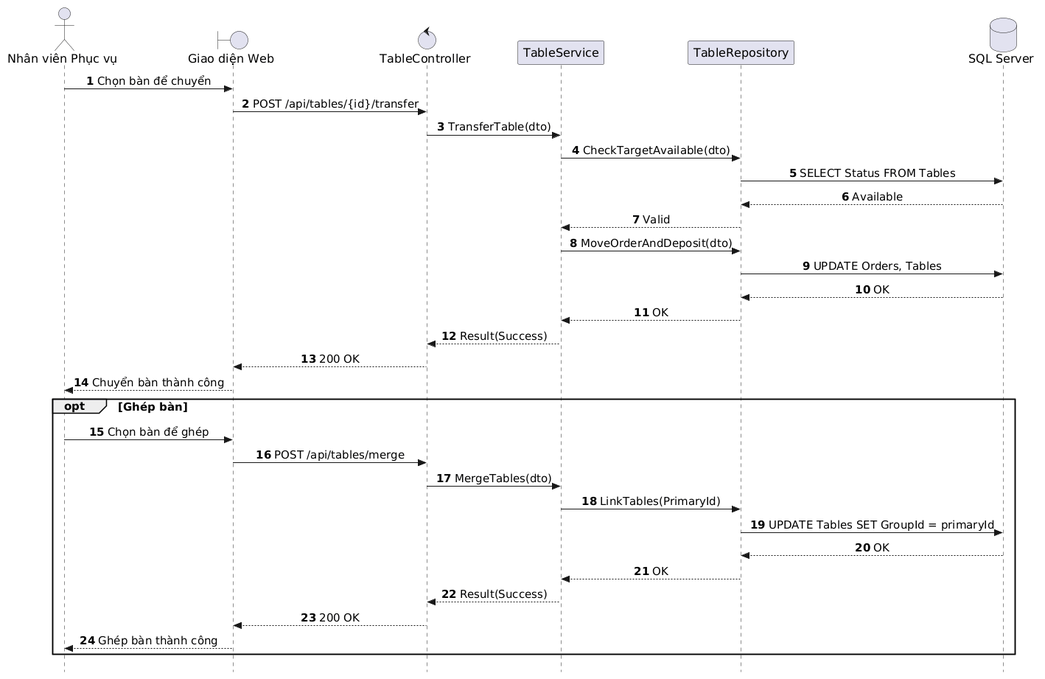
Earlier version of the PlantUML export out/docs/puml/sequences/SD_UC_E4_Transfer_Table/SD_UC_E4_Transfer_Table.png (AndrewQng/VinDining).
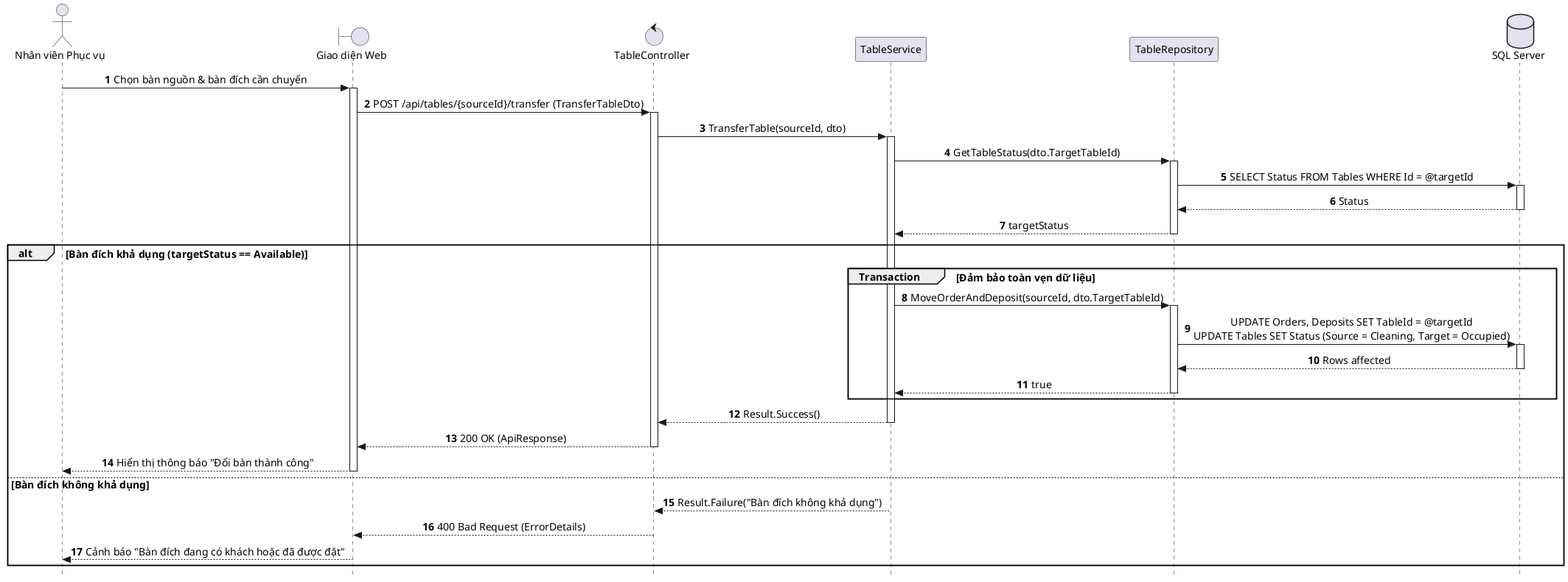
The same diagram one commit later.

Diff of the diagram source:
```diff
@@ -1,15 +1,12 @@
-@startuml
+@startuml SD_UC_E4_1_Transfer_Table
 autonumber
 skinparam style strictuml
 skinparam sequenceMessageAlign center
 skinparam responseMessageBelowArrow true
 skinparam defaultFontName "Segoe UI", Arial, sans-serif
-skinparam defaultFontSize 16
-skinparam sequenceActorFontSize 16
-skinparam sequenceParticipantFontSize 16
-skinparam sequenceArrowFontSize 15
-skinparam sequenceGroupFontSize 15
-skinparam sequenceGroupHeaderFontSize 15
+skinparam defaultFontSize 14
+
+autoactivate on
 
 actor "Nhân viên Phục vụ" as Waitstaff
 boundary "Giao diện Web" as UI
@@ -18,31 +15,29 @@
 participant "TableRepository" as Repo
 database "SQL Server" as DB
 
-Waitstaff -> UI: Chọn bàn để chuyển
-UI -> Controller: POST /api/tables/{id}/transfer
-Controller -> Service: TransferTable(dto)
-Service -> Repo: CheckTargetAvailable(dto)
-Repo -> DB: SELECT Status FROM Tables
-DB --> Repo: Available
-Repo --> Service: Valid
-Service -> Repo: MoveOrderAndDeposit(dto)
-Repo -> DB: UPDATE Orders, Tables
-DB --> Repo: OK
-Repo --> Service: OK
-Service --> Controller: Result(Success)
-Controller --> UI: 200 OK
-UI --> Waitstaff: Chuyển bàn thành công
+Waitstaff -> UI: Chọn bàn nguồn & bàn đích cần chuyển
+UI -> Controller: POST /api/tables/{sourceId}/transfer (TransferTableDto)
+Controller -> Service: TransferTable(sourceId, dto)
 
-opt Ghép bàn
-    Waitstaff -> UI: Chọn bàn để ghép
-    UI -> Controller: POST /api/tables/merge
-    Controller -> Service: MergeTables(dto)
-    Service -> Repo: LinkTables(PrimaryId)
-    Repo -> DB: UPDATE Tables SET GroupId = primaryId
-    DB --> Repo: OK
-    Repo --> Service: OK
-    Service --> Controller: Result(Success)
-    Controller --> UI: 200 OK
-    UI --> Waitstaff: Ghép bàn thành công
+Service -> Repo: GetTableStatus(dto.TargetTableId)
+Repo -> DB: SELECT Status FROM Tables WHERE Id = @targetId
+DB --> Repo: Status
+Repo --> Service: targetStatus
+
+alt Bàn đích khả dụng (targetStatus == Available)
+    group Transaction [Đảm bảo toàn vẹn dữ liệu]
+        Service -> Repo: MoveOrderAndDeposit(sourceId, dto.TargetTableId)
+        Repo -> DB: UPDATE Orders, Deposits SET TableId = @targetId\nUPDATE Tables SET Status (Source = Cleaning, Target = Occupied)
+        DB --> Repo: Rows affected
+        Repo --> Service: true
+    end
+    Service --> Controller: Result.Success()
+    Controller --> UI: 200 OK (ApiResponse)
+    UI --> Waitstaff: Hiển thị thông báo "Đổi bàn thành công"
+else Bàn đích không khả dụng
+    Service --> Controller: Result.Failure("Bàn đích không khả dụng")
+    Controller --> UI: 400 Bad Request (ErrorDetails)
+    UI --> Waitstaff: Cảnh báo "Bàn đích đang có khách hoặc đã được đặt"
 end
+
 @enduml
```
